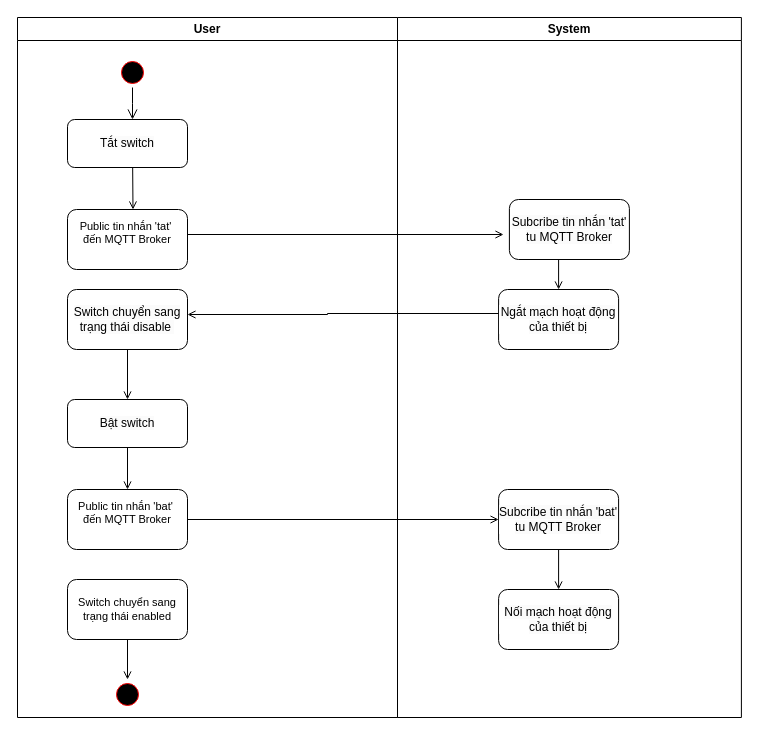
This is page "Page-1" (1 of 2) of client/Untitled Diagram.drawio from pham-phuc/App_do_an, a draw.io file, before an edit. Source tidied: cells renumbered, new cells numbered last; positions are measured from the earlier drawing's top-left corner, leaving out a move shared by most shapes. Both pictures are drawn from the tidied source at 100%, with x=0, y=0 at pixel (17, 17).
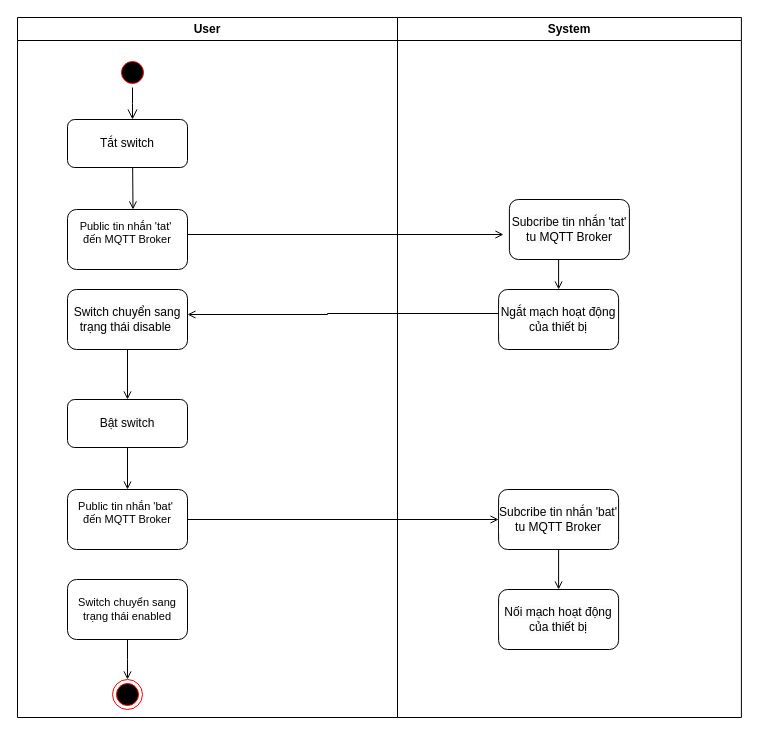
Above is the later version.

Unchanged cells that the change refers to:
```xml
<mxCell id="2" value="User" style="swimlane;whiteSpace=wrap;" parent="1" vertex="1">
  <mxGeometry width="380" height="700" as="geometry" />
</mxCell>
<mxCell id="15" value="Switch chuyển sang trạng thái enabled" style="rounded=1;whiteSpace=wrap;html=1;fontFamily=Helvetica;fontSize=11;fontColor=default;labelBackgroundColor=default;" parent="2" vertex="1">
  <mxGeometry x="50" y="562" width="120" height="60" as="geometry" />
</mxCell>
```

What changed in the source:
```diff
@@
-    <mxCell id="14" style="edgeStyle=orthogonalEdgeStyle;shape=connector;rounded=0;jettySize=auto;html=1;strokeColor=default;align=center;verticalAlign=middle;fontFamily=Helvetica;fontSize=11;fontColor=default;labelBackgroundColor=default;endArrow=open;endFill=0;" parent="2" edge="1" source="15" target="16">
-      <mxGeometry relative="1" as="geometry" />
+    <mxCell id="14" style="edgeStyle=orthogonalEdgeStyle;shape=connector;rounded=0;jettySize=auto;html=1;strokeColor=default;align=center;verticalAlign=middle;fontFamily=Helvetica;fontSize=11;fontColor=default;labelBackgroundColor=default;endArrow=open;endFill=0;" parent="2" edge="1" source="15">
+      <mxGeometry relative="1" as="geometry">
+        <mxPoint x="110" y="662" as="targetPoint" />
+      </mxGeometry>
     </mxCell>
@@
-    <mxCell id="16" style="ellipse;shape=startState;fillColor=#000000;strokeColor=#ff0000;" parent="2" vertex="1">
-      <mxGeometry x="95" y="662" width="30" height="30" as="geometry" />
-    </mxCell>
+    <mxCell id="27" style="ellipse;html=1;shape=endState;fillColor=#000000;strokeColor=#ff0000;fontFamily=Helvetica;fontSize=11;fontColor=default;labelBackgroundColor=default;" parent="2" vertex="1">
+      <mxGeometry x="95" y="662" width="30" height="30" as="geometry" />
+    </mxCell>
```
